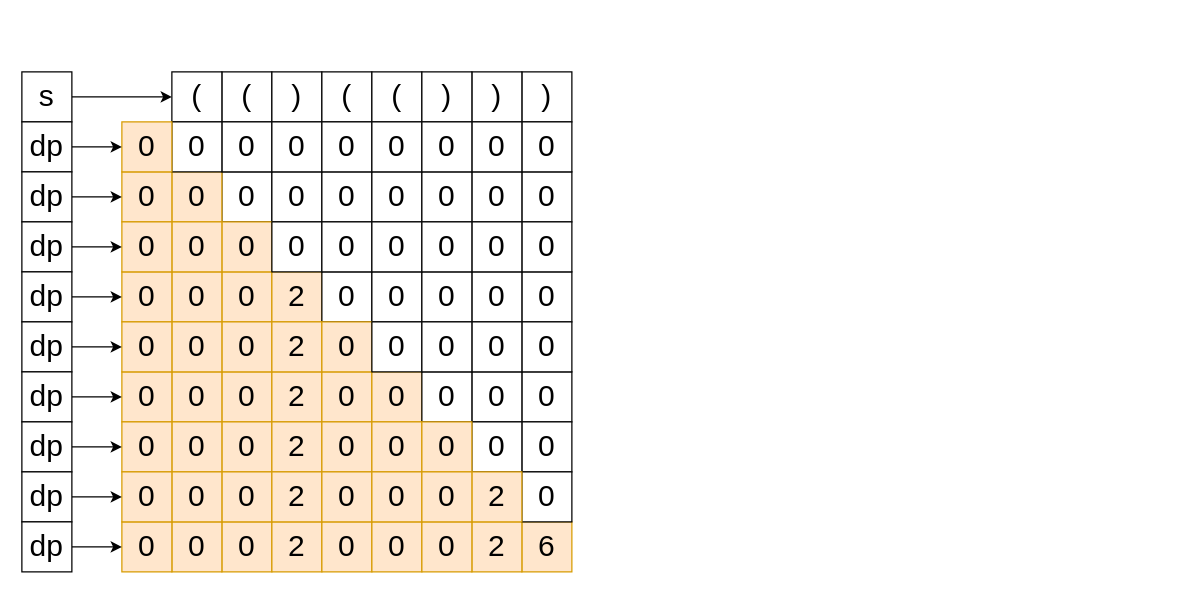
winnochan/oj keeps this draw.io diagram as 32-longest-valid-parentheses.drawio. Above is the earlier version. Source tidied: cells renumbered, new cells numbered last; positions are measured from the earlier drawing's top-left corner, leaving out a move shared by most shapes. Both pictures are drawn from the tidied source at 125%, with x=0, y=0 at pixel (21, 71).
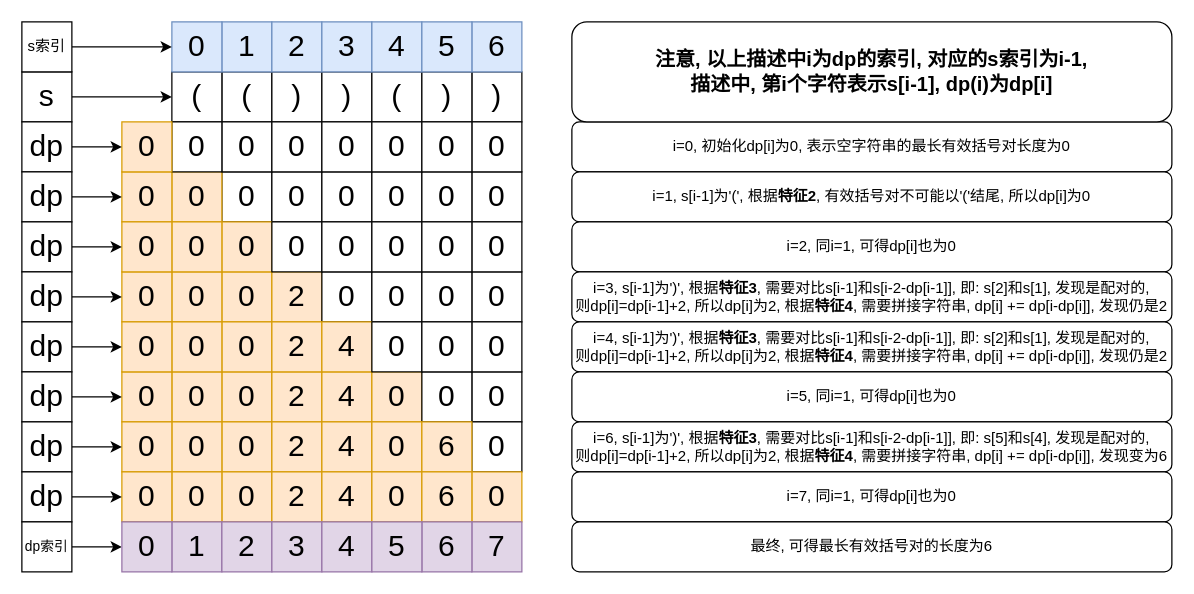
The same diagram, later.

What changed in the source:
```diff
@@
-    <mxCell id="4" value="&lt;font style=&quot;font-size: 24px&quot;&gt;(&lt;/font&gt;" style="rounded=0;whiteSpace=wrap;html=1;" parent="1" vertex="1">
+    <mxCell id="4" value="&lt;font style=&quot;font-size: 24px&quot;&gt;)&lt;/font&gt;" style="rounded=0;whiteSpace=wrap;html=1;" parent="1" vertex="1">
       <mxGeometry x="240" width="40" height="40" as="geometry" />
     </mxCell>
@@
-    <mxCell id="6" value="&lt;font style=&quot;font-size: 24px&quot;&gt;)&lt;/font&gt;" style="rounded=0;whiteSpace=wrap;html=1;" parent="1" vertex="1">
-      <mxGeometry x="400" width="40" height="40" as="geometry" />
-    </mxCell>
@@
-    <mxCell id="14" value="&lt;font style=&quot;font-size: 24px&quot;&gt;0&lt;/font&gt;" style="rounded=0;whiteSpace=wrap;html=1;" parent="1" vertex="1">
-      <mxGeometry x="400" y="80" width="40" height="40" as="geometry" />
-    </mxCell>
@@
-    <mxCell id="23" value="&lt;font style=&quot;font-size: 24px&quot;&gt;0&lt;/font&gt;" style="rounded=0;whiteSpace=wrap;html=1;" parent="1" vertex="1">
-      <mxGeometry x="400" y="160" width="40" height="40" as="geometry" />
-    </mxCell>
@@
-    <mxCell id="30" value="&lt;font style=&quot;font-size: 24px&quot;&gt;0&lt;/font&gt;" style="rounded=0;whiteSpace=wrap;html=1;fillColor=#ffe6cc;strokeColor=#d79b00;" parent="1" vertex="1">
+    <mxCell id="30" value="&lt;font style=&quot;font-size: 24px&quot;&gt;4&lt;/font&gt;" style="rounded=0;whiteSpace=wrap;html=1;fillColor=#ffe6cc;strokeColor=#d79b00;" parent="1" vertex="1">
       <mxGeometry x="240" y="240" width="40" height="40" as="geometry" />
     </mxCell>
@@
-    <mxCell id="32" value="&lt;font style=&quot;font-size: 24px&quot;&gt;0&lt;/font&gt;" style="rounded=0;whiteSpace=wrap;html=1;" parent="1" vertex="1">
-      <mxGeometry x="400" y="240" width="40" height="40" as="geometry" />
-    </mxCell>
@@
-    <mxCell id="39" value="&lt;font style=&quot;font-size: 24px&quot;&gt;0&lt;/font&gt;" style="rounded=0;whiteSpace=wrap;html=1;fillColor=#ffe6cc;strokeColor=#d79b00;" parent="1" vertex="1">
+    <mxCell id="39" value="&lt;font style=&quot;font-size: 24px&quot;&gt;4&lt;/font&gt;" style="rounded=0;whiteSpace=wrap;html=1;fillColor=#ffe6cc;strokeColor=#d79b00;" parent="1" vertex="1">
       <mxGeometry x="240" y="280" width="40" height="40" as="geometry" />
     </mxCell>
@@
-    <mxCell id="41" value="&lt;font style=&quot;font-size: 24px&quot;&gt;0&lt;/font&gt;" style="rounded=0;whiteSpace=wrap;html=1;" parent="1" vertex="1">
-      <mxGeometry x="400" y="280" width="40" height="40" as="geometry" />
-    </mxCell>
@@
-    <mxCell id="44" value="&lt;font style=&quot;font-size: 24px&quot;&gt;0&lt;/font&gt;" style="rounded=0;whiteSpace=wrap;html=1;fillColor=#ffe6cc;strokeColor=#d79b00;" parent="1" vertex="1">
+    <mxCell id="44" value="&lt;font style=&quot;font-size: 24px&quot;&gt;6&lt;/font&gt;" style="rounded=0;whiteSpace=wrap;html=1;fillColor=#ffe6cc;strokeColor=#d79b00;" parent="1" vertex="1">
       <mxGeometry x="320" y="280" width="40" height="40" as="geometry" />
     </mxCell>
@@
-    <mxCell id="50" value="&lt;font style=&quot;font-size: 24px&quot;&gt;0&lt;/font&gt;" style="rounded=0;whiteSpace=wrap;html=1;" parent="1" vertex="1">
-      <mxGeometry x="400" y="40" width="40" height="40" as="geometry" />
-    </mxCell>
@@
-    <mxCell id="59" value="&lt;font style=&quot;font-size: 24px&quot;&gt;0&lt;/font&gt;" style="rounded=0;whiteSpace=wrap;html=1;" parent="1" vertex="1">
-      <mxGeometry x="400" y="120" width="40" height="40" as="geometry" />
-    </mxCell>
@@
-    <mxCell id="66" value="&lt;font style=&quot;font-size: 24px&quot;&gt;0&lt;/font&gt;" style="rounded=0;whiteSpace=wrap;html=1;fillColor=#ffe6cc;strokeColor=#d79b00;" parent="1" vertex="1">
+    <mxCell id="66" value="&lt;font style=&quot;font-size: 24px&quot;&gt;4&lt;/font&gt;" style="rounded=0;whiteSpace=wrap;html=1;fillColor=#ffe6cc;strokeColor=#d79b00;" parent="1" vertex="1">
       <mxGeometry x="240" y="200" width="40" height="40" as="geometry" />
     </mxCell>
@@
-    <mxCell id="68" value="&lt;font style=&quot;font-size: 24px&quot;&gt;0&lt;/font&gt;" style="rounded=0;whiteSpace=wrap;html=1;" parent="1" vertex="1">
-      <mxGeometry x="400" y="200" width="40" height="40" as="geometry" />
-    </mxCell>
@@
-    <mxCell id="73" value="&lt;font style=&quot;font-size: 24px&quot;&gt;0&lt;/font&gt;" style="rounded=0;whiteSpace=wrap;html=1;fillColor=#ffe6cc;strokeColor=#d79b00;" parent="1" vertex="1">
-      <mxGeometry x="160" y="360" width="40" height="40" as="geometry" />
-    </mxCell>
-    <mxCell id="74" value="&lt;font style=&quot;font-size: 24px&quot;&gt;2&lt;/font&gt;" style="rounded=0;whiteSpace=wrap;html=1;fillColor=#ffe6cc;strokeColor=#d79b00;" parent="1" vertex="1">
-      <mxGeometry x="200" y="360" width="40" height="40" as="geometry" />
-    </mxCell>
-    <mxCell id="75" value="&lt;font style=&quot;font-size: 24px&quot;&gt;0&lt;/font&gt;" style="rounded=0;whiteSpace=wrap;html=1;fillColor=#ffe6cc;strokeColor=#d79b00;" parent="1" vertex="1">
-      <mxGeometry x="240" y="360" width="40" height="40" as="geometry" />
-    </mxCell>
-    <mxCell id="76" value="&lt;font style=&quot;font-size: 24px&quot;&gt;0&lt;/font&gt;" style="rounded=0;whiteSpace=wrap;html=1;fillColor=#ffe6cc;strokeColor=#d79b00;" parent="1" vertex="1">
-      <mxGeometry x="280" y="360" width="40" height="40" as="geometry" />
-    </mxCell>
-    <mxCell id="77" value="&lt;font style=&quot;font-size: 24px&quot;&gt;6&lt;/font&gt;" style="rounded=0;whiteSpace=wrap;html=1;fillColor=#ffe6cc;strokeColor=#d79b00;" parent="1" vertex="1">
-      <mxGeometry x="400" y="360" width="40" height="40" as="geometry" />
-    </mxCell>
-    <mxCell id="78" value="&lt;font style=&quot;font-size: 24px&quot;&gt;0&lt;/font&gt;" style="rounded=0;whiteSpace=wrap;html=1;fillColor=#ffe6cc;strokeColor=#d79b00;" parent="1" vertex="1">
-      <mxGeometry x="120" y="360" width="40" height="40" as="geometry" />
-    </mxCell>
-    <mxCell id="79" value="&lt;font style=&quot;font-size: 24px&quot;&gt;2&lt;/font&gt;" style="rounded=0;whiteSpace=wrap;html=1;fillColor=#ffe6cc;strokeColor=#d79b00;" parent="1" vertex="1">
-      <mxGeometry x="360" y="360" width="40" height="40" as="geometry" />
-    </mxCell>
-    <mxCell id="80" value="&lt;font style=&quot;font-size: 24px&quot;&gt;0&lt;/font&gt;" style="rounded=0;whiteSpace=wrap;html=1;fillColor=#ffe6cc;strokeColor=#d79b00;" parent="1" vertex="1">
-      <mxGeometry x="320" y="360" width="40" height="40" as="geometry" />
-    </mxCell>
-    <mxCell id="81" value="&lt;font style=&quot;font-size: 24px&quot;&gt;0&lt;/font&gt;" style="rounded=0;whiteSpace=wrap;html=1;fillColor=#ffe6cc;strokeColor=#d79b00;" parent="1" vertex="1">
-      <mxGeometry x="80" y="360" width="40" height="40" as="geometry" />
-    </mxCell>
@@
-    <mxCell id="84" value="&lt;font style=&quot;font-size: 24px&quot;&gt;0&lt;/font&gt;" style="rounded=0;whiteSpace=wrap;html=1;fillColor=#ffe6cc;strokeColor=#d79b00;" parent="1" vertex="1">
+    <mxCell id="84" value="&lt;font style=&quot;font-size: 24px&quot;&gt;4&lt;/font&gt;" style="rounded=0;whiteSpace=wrap;html=1;fillColor=#ffe6cc;strokeColor=#d79b00;" parent="1" vertex="1">
       <mxGeometry x="240" y="320" width="40" height="40" as="geometry" />
     </mxCell>
@@
-    <mxCell id="86" value="&lt;font style=&quot;font-size: 24px&quot;&gt;0&lt;/font&gt;" style="rounded=0;whiteSpace=wrap;html=1;" parent="1" vertex="1">
-      <mxGeometry x="400" y="320" width="40" height="40" as="geometry" />
-    </mxCell>
@@
-    <mxCell id="88" value="&lt;font style=&quot;font-size: 24px&quot;&gt;2&lt;/font&gt;" style="rounded=0;whiteSpace=wrap;html=1;fillColor=#ffe6cc;strokeColor=#d79b00;" parent="1" vertex="1">
+    <mxCell id="88" value="&lt;font style=&quot;font-size: 24px&quot;&gt;0&lt;/font&gt;" style="rounded=0;whiteSpace=wrap;html=1;fillColor=#ffe6cc;strokeColor=#d79b00;" parent="1" vertex="1">
       <mxGeometry x="360" y="320" width="40" height="40" as="geometry" />
     </mxCell>
-    <mxCell id="89" value="&lt;font style=&quot;font-size: 24px&quot;&gt;0&lt;/font&gt;" style="rounded=0;whiteSpace=wrap;html=1;fillColor=#ffe6cc;strokeColor=#d79b00;" parent="1" vertex="1">
+    <mxCell id="89" value="&lt;font style=&quot;font-size: 24px&quot;&gt;6&lt;/font&gt;" style="rounded=0;whiteSpace=wrap;html=1;fillColor=#ffe6cc;strokeColor=#d79b00;" parent="1" vertex="1">
       <mxGeometry x="320" y="320" width="40" height="40" as="geometry" />
     </mxCell>
@@
-    <mxCell id="109" style="edgeStyle=orthogonalEdgeStyle;rounded=0;jettySize=auto;html=1;exitX=1;exitY=0.5;exitDx=0;exitDy=0;entryX=0;entryY=0.5;entryDx=0;entryDy=0;" parent="1" edge="1" source="110" target="81">
-      <mxGeometry relative="1" as="geometry" />
-    </mxCell>
-    <mxCell id="110" value="&lt;font style=&quot;font-size: 24px&quot;&gt;dp&lt;br&gt;&lt;/font&gt;" style="rounded=0;whiteSpace=wrap;html=1;" parent="1" vertex="1">
-      <mxGeometry y="360" width="40" height="40" as="geometry" />
-    </mxCell>
+    <mxCell id="111" value="i=0, 初始化dp[i]为0, 表示空字符串的最长有效括号对长度为0&lt;br&gt;" style="rounded=1;whiteSpace=wrap;html=1;" parent="1" vertex="1">
+      <mxGeometry x="440" y="40" width="480" height="40" as="geometry" />
+    </mxCell>
+    <mxCell id="112" value="i=1, s[i-1]为'(', 根据&lt;b&gt;特征2&lt;/b&gt;, 有效括号对不可能以'('结尾, 所以dp[i]为0&lt;br&gt;" style="rounded=1;whiteSpace=wrap;html=1;" parent="1" vertex="1">
+      <mxGeometry x="440" y="80" width="480" height="40" as="geometry" />
+    </mxCell>
+    <mxCell id="113" value="&lt;span style=&quot;font-size: 24px&quot;&gt;1&lt;/span&gt;" style="rounded=0;whiteSpace=wrap;html=1;fillColor=#dae8fc;strokeColor=#6c8ebf;" parent="1" vertex="1">
+      <mxGeometry x="160" y="-40" width="40" height="40" as="geometry" />
+    </mxCell>
+    <mxCell id="114" value="&lt;font style=&quot;font-size: 24px&quot;&gt;2&lt;/font&gt;" style="rounded=0;whiteSpace=wrap;html=1;fillColor=#dae8fc;strokeColor=#6c8ebf;" parent="1" vertex="1">
+      <mxGeometry x="200" y="-40" width="40" height="40" as="geometry" />
+    </mxCell>
+    <mxCell id="115" value="&lt;font style=&quot;font-size: 24px&quot;&gt;3&lt;/font&gt;" style="rounded=0;whiteSpace=wrap;html=1;fillColor=#dae8fc;strokeColor=#6c8ebf;" parent="1" vertex="1">
+      <mxGeometry x="240" y="-40" width="40" height="40" as="geometry" />
+    </mxCell>
+    <mxCell id="116" value="&lt;font style=&quot;font-size: 24px&quot;&gt;4&lt;/font&gt;" style="rounded=0;whiteSpace=wrap;html=1;fillColor=#dae8fc;strokeColor=#6c8ebf;" parent="1" vertex="1">
+      <mxGeometry x="280" y="-40" width="40" height="40" as="geometry" />
+    </mxCell>
+    <mxCell id="117" value="&lt;span style=&quot;font-size: 24px&quot;&gt;0&lt;/span&gt;" style="rounded=0;whiteSpace=wrap;html=1;fillColor=#dae8fc;strokeColor=#6c8ebf;" parent="1" vertex="1">
+      <mxGeometry x="120" y="-40" width="40" height="40" as="geometry" />
+    </mxCell>
+    <mxCell id="118" value="&lt;font style=&quot;font-size: 24px&quot;&gt;6&lt;/font&gt;" style="rounded=0;whiteSpace=wrap;html=1;fillColor=#dae8fc;strokeColor=#6c8ebf;" parent="1" vertex="1">
+      <mxGeometry x="360" y="-40" width="40" height="40" as="geometry" />
+    </mxCell>
+    <mxCell id="119" value="&lt;font style=&quot;font-size: 24px&quot;&gt;5&lt;/font&gt;" style="rounded=0;whiteSpace=wrap;html=1;fillColor=#dae8fc;strokeColor=#6c8ebf;" parent="1" vertex="1">
+      <mxGeometry x="320" y="-40" width="40" height="40" as="geometry" />
+    </mxCell>
+    <mxCell id="120" style="edgeStyle=orthogonalEdgeStyle;rounded=0;jettySize=auto;html=1;exitX=1;exitY=0.5;exitDx=0;exitDy=0;entryX=0;entryY=0.5;entryDx=0;entryDy=0;fontSize=16;" parent="1" edge="1" source="121" target="117">
+      <mxGeometry relative="1" as="geometry" />
+    </mxCell>
+    <mxCell id="121" value="&lt;font&gt;&lt;font style=&quot;font-size: 12px&quot;&gt;s索引&lt;/font&gt;&lt;br&gt;&lt;/font&gt;" style="rounded=0;whiteSpace=wrap;html=1;" parent="1" vertex="1">
+      <mxGeometry y="-40" width="40" height="40" as="geometry" />
+    </mxCell>
+    <mxCell id="122" style="edgeStyle=orthogonalEdgeStyle;rounded=0;jettySize=auto;html=1;exitX=1;exitY=0.5;exitDx=0;exitDy=0;entryX=0;entryY=0.5;entryDx=0;entryDy=0;fontSize=16;" parent="1" edge="1" source="123" target="129">
+      <mxGeometry relative="1" as="geometry" />
+    </mxCell>
+    <mxCell id="123" value="&lt;font&gt;&lt;font style=&quot;font-size: 11px&quot;&gt;dp索引&lt;/font&gt;&lt;br&gt;&lt;/font&gt;" style="rounded=0;whiteSpace=wrap;html=1;" parent="1" vertex="1">
+      <mxGeometry y="360" width="40" height="40" as="geometry" />
+    </mxCell>
+    <mxCell id="124" value="&lt;span style=&quot;font-size: 24px&quot;&gt;1&lt;/span&gt;" style="rounded=0;whiteSpace=wrap;html=1;fillColor=#e1d5e7;strokeColor=#9673a6;" parent="1" vertex="1">
+      <mxGeometry x="120" y="360" width="40" height="40" as="geometry" />
+    </mxCell>
+    <mxCell id="125" value="&lt;font style=&quot;font-size: 24px&quot;&gt;2&lt;/font&gt;" style="rounded=0;whiteSpace=wrap;html=1;fillColor=#e1d5e7;strokeColor=#9673a6;" parent="1" vertex="1">
+      <mxGeometry x="160" y="360" width="40" height="40" as="geometry" />
+    </mxCell>
+    <mxCell id="126" value="&lt;font style=&quot;font-size: 24px&quot;&gt;3&lt;/font&gt;" style="rounded=0;whiteSpace=wrap;html=1;fillColor=#e1d5e7;strokeColor=#9673a6;" parent="1" vertex="1">
+      <mxGeometry x="200" y="360" width="40" height="40" as="geometry" />
+    </mxCell>
+    <mxCell id="127" value="&lt;font style=&quot;font-size: 24px&quot;&gt;4&lt;/font&gt;" style="rounded=0;whiteSpace=wrap;html=1;fillColor=#e1d5e7;strokeColor=#9673a6;" parent="1" vertex="1">
+      <mxGeometry x="240" y="360" width="40" height="40" as="geometry" />
+    </mxCell>
+    <mxCell id="128" value="&lt;font style=&quot;font-size: 24px&quot;&gt;7&lt;/font&gt;" style="rounded=0;whiteSpace=wrap;html=1;fillColor=#e1d5e7;strokeColor=#9673a6;" parent="1" vertex="1">
+      <mxGeometry x="360" y="360" width="40" height="40" as="geometry" />
+    </mxCell>
+    <mxCell id="129" value="&lt;span style=&quot;font-size: 24px&quot;&gt;0&lt;/span&gt;" style="rounded=0;whiteSpace=wrap;html=1;fillColor=#e1d5e7;strokeColor=#9673a6;" parent="1" vertex="1">
+      <mxGeometry x="80" y="360" width="40" height="40" as="geometry" />
+    </mxCell>
+    <mxCell id="130" value="&lt;font style=&quot;font-size: 24px&quot;&gt;6&lt;/font&gt;" style="rounded=0;whiteSpace=wrap;html=1;fillColor=#e1d5e7;strokeColor=#9673a6;" parent="1" vertex="1">
+      <mxGeometry x="320" y="360" width="40" height="40" as="geometry" />
+    </mxCell>
+    <mxCell id="131" value="&lt;font style=&quot;font-size: 24px&quot;&gt;5&lt;/font&gt;" style="rounded=0;whiteSpace=wrap;html=1;fillColor=#e1d5e7;strokeColor=#9673a6;" parent="1" vertex="1">
+      <mxGeometry x="280" y="360" width="40" height="40" as="geometry" />
+    </mxCell>
+    <mxCell id="132" value="注意, 以上描述中i为dp的索引, 对应的s索引为i-1,&lt;br&gt;描述中, 第i个字符表示s[i-1], dp(i)为dp[i]&lt;br&gt;" style="rounded=1;whiteSpace=wrap;html=1;fontStyle=1;fontSize=16;" parent="1" vertex="1">
+      <mxGeometry x="440" y="-40" width="480" height="80" as="geometry" />
+    </mxCell>
+    <mxCell id="133" value="i=2, 同i=1,&amp;nbsp;可得dp[i]也为0&lt;br&gt;" style="rounded=1;whiteSpace=wrap;html=1;" parent="1" vertex="1">
+      <mxGeometry x="440" y="120" width="480" height="40" as="geometry" />
+    </mxCell>
+    <mxCell id="134" value="i=3, s[i-1]为')', 根据&lt;b&gt;特征3&lt;/b&gt;, 需要对比s[i-1]和s[i-2-dp[i-1]], 即: s[2]和s[1], 发现是配对的,&lt;br&gt;则dp[i]=dp[i-1]+2, 所以dp[i]为2, 根据&lt;b&gt;特征4&lt;/b&gt;, 需要拼接字符串, dp[i] += dp[i-dp[i]], 发现仍是2&lt;br&gt;" style="rounded=1;whiteSpace=wrap;html=1;" parent="1" vertex="1">
+      <mxGeometry x="440" y="160" width="480" height="40" as="geometry" />
+    </mxCell>
+    <mxCell id="135" value="i=4, s[i-1]为')', 根据&lt;b&gt;特征3&lt;/b&gt;, 需要对比s[i-1]和s[i-2-dp[i-1]], 即: s[2]和s[1], 发现是配对的,&lt;br&gt;则dp[i]=dp[i-1]+2, 所以dp[i]为2, 根据&lt;b&gt;特征4&lt;/b&gt;, 需要拼接字符串, dp[i] += dp[i-dp[i]], 发现仍是2&lt;br&gt;" style="rounded=1;whiteSpace=wrap;html=1;" parent="1" vertex="1">
+      <mxGeometry x="440" y="200" width="480" height="40" as="geometry" />
+    </mxCell>
+    <mxCell id="136" value="i=5, 同i=1,&amp;nbsp;可得dp[i]也为0&lt;br&gt;" style="rounded=1;whiteSpace=wrap;html=1;" parent="1" vertex="1">
+      <mxGeometry x="440" y="240" width="480" height="40" as="geometry" />
+    </mxCell>
+    <mxCell id="137" value="i=6, s[i-1]为')', 根据&lt;b&gt;特征3&lt;/b&gt;, 需要对比s[i-1]和s[i-2-dp[i-1]], 即: s[5]和s[4], 发现是配对的,&lt;br&gt;则dp[i]=dp[i-1]+2, 所以dp[i]为2, 根据&lt;b&gt;特征4&lt;/b&gt;, 需要拼接字符串, dp[i] += dp[i-dp[i]], 发现变为6&lt;br&gt;" style="rounded=1;whiteSpace=wrap;html=1;" parent="1" vertex="1">
+      <mxGeometry x="440" y="280" width="480" height="40" as="geometry" />
+    </mxCell>
+    <mxCell id="138" value="i=7, 同i=1,&amp;nbsp;可得dp[i]也为0&lt;br&gt;" style="rounded=1;whiteSpace=wrap;html=1;" parent="1" vertex="1">
+      <mxGeometry x="440" y="320" width="480" height="40" as="geometry" />
+    </mxCell>
+    <mxCell id="139" value="最终, 可得最长有效括号对的长度为6&lt;br&gt;" style="rounded=1;whiteSpace=wrap;html=1;" parent="1" vertex="1">
+      <mxGeometry x="440" y="360" width="480" height="40" as="geometry" />
+    </mxCell>
```
